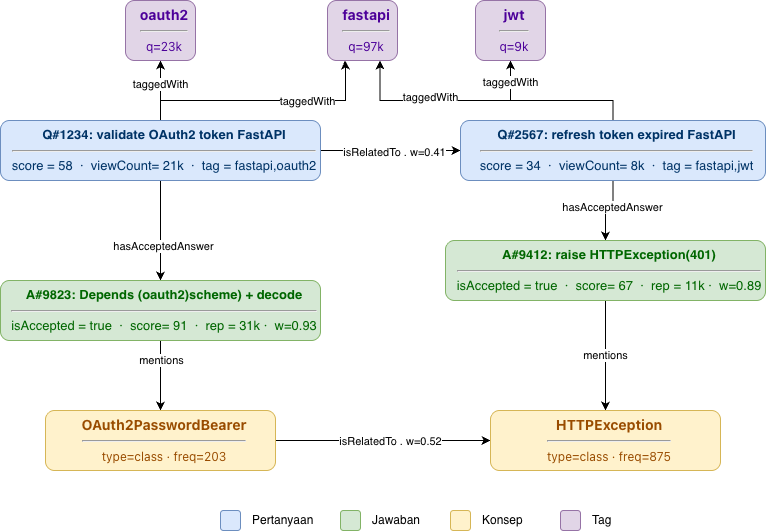
Before: images/bab3_contoh_subgraf_kg.png, a diagram exported from draw.io (dartikaanie/Thesis_sord). Source tidied: cells renumbered, new cells last; positions are measured from the earlier drawing's top-left corner, leaving out a move shared by most shapes.
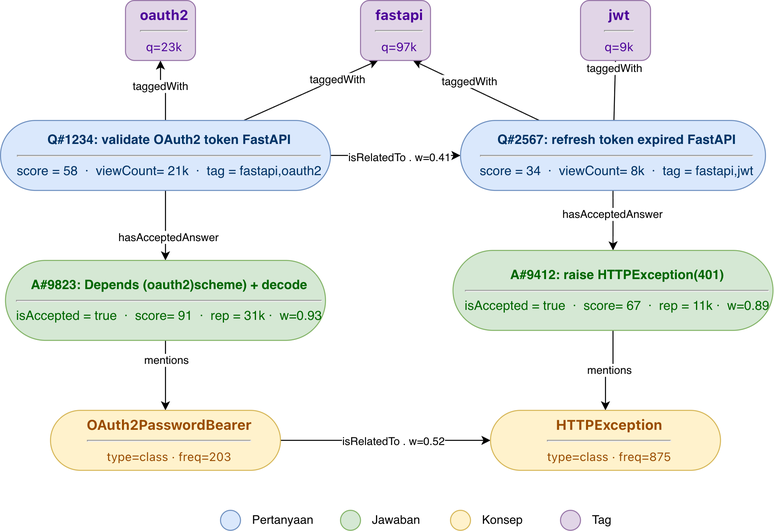
After the commit.

The edit, as a diff of the source:
```diff
@@ -20,22 +20,16 @@
     <mxCell id="7" value="taggedWith" style="edgeLabel;html=1;align=center;verticalAlign=middle;" parent="6" vertex="1">
       <mxGeometry x="0.23" y="1" relative="1" as="geometry" />
     </mxCell>
-    <mxCell id="8" style="edgeStyle=orthogonalEdgeStyle;rounded=0;jettySize=auto;html=1;entryX=0.25;entryY=1;entryDx=0;entryDy=0;" parent="1" edge="1" source="10" target="28">
-      <mxGeometry relative="1" as="geometry">
-        <Array as="points">
-          <mxPoint x="160" y="100" />
-          <mxPoint x="345" y="100" />
-          <mxPoint x="345" y="70" />
-        </Array>
-      </mxGeometry>
+    <mxCell id="8" style="rounded=0;jettySize=auto;html=1;entryX=0.25;entryY=1;entryDx=0;entryDy=0;" parent="1" edge="1" source="10" target="28">
+      <mxGeometry relative="1" as="geometry" />
     </mxCell>
     <mxCell id="9" value="taggedWith" style="edgeLabel;html=1;align=center;verticalAlign=middle;" parent="8" vertex="1">
       <mxGeometry x="0.35" y="-4" relative="1" as="geometry">
         <mxPoint y="-4" as="offset" />
       </mxGeometry>
     </mxCell>
-    <mxCell id="10" value="&lt;font&gt;&lt;b&gt;Q#1234:&amp;nbsp;&lt;span style=&quot;white-space: nowrap;&quot;&gt;validate OAuth2 token FastAPI&lt;/span&gt;&lt;/b&gt;&lt;/font&gt;&lt;hr&gt;&lt;font&gt;score = 58&amp;nbsp;&amp;nbsp;&lt;/font&gt;&lt;span style=&quot;white-space: nowrap;&quot;&gt;·&amp;nbsp;&amp;nbsp;&lt;/span&gt;&lt;span style=&quot;background-color: transparent;&quot;&gt;viewCount= 21k&amp;nbsp;&lt;/span&gt;&lt;span style=&quot;white-space: nowrap;&quot;&gt;&amp;nbsp;·&amp;nbsp; t&lt;/span&gt;&lt;span style=&quot;background-color: transparent;&quot;&gt;ag = fastapi,oauth2&lt;/span&gt;" style="rounded=1;whiteSpace=wrap;html=1;align=center;fillColor=#dae8fc;strokeColor=#6c8ebf;spacingLeft=8;fontSize=13;fontColor=#003366;fontFamily=Helvetica;" parent="1" vertex="1">
-      <mxGeometry y="120" width="320" height="60" as="geometry" />
+    <mxCell id="10" value="&lt;font&gt;&lt;b&gt;Q#1234:&amp;nbsp;&lt;span style=&quot;white-space: nowrap;&quot;&gt;validate OAuth2 token FastAPI&lt;/span&gt;&lt;/b&gt;&lt;/font&gt;&lt;hr&gt;&lt;font&gt;score = 58&amp;nbsp;&amp;nbsp;&lt;/font&gt;&lt;span style=&quot;white-space: nowrap;&quot;&gt;·&amp;nbsp;&amp;nbsp;&lt;/span&gt;&lt;span style=&quot;background-color: transparent;&quot;&gt;viewCount= 21k&amp;nbsp;&lt;/span&gt;&lt;span style=&quot;white-space: nowrap;&quot;&gt;&amp;nbsp;·&amp;nbsp; t&lt;/span&gt;&lt;span style=&quot;background-color: transparent;&quot;&gt;ag = fastapi,oauth2&lt;/span&gt;" style="rounded=1;whiteSpace=wrap;html=1;align=center;fillColor=#dae8fc;strokeColor=#6c8ebf;spacingLeft=8;fontSize=13;fontColor=#003366;fontFamily=Helvetica;arcSize=50;" parent="1" vertex="1">
+      <mxGeometry y="120" width="330" height="70" as="geometry" />
     </mxCell>
     <mxCell id="11" style="edgeStyle=orthogonalEdgeStyle;rounded=0;jettySize=auto;html=1;entryX=0.5;entryY=0;entryDx=0;entryDy=0;" parent="1" edge="1" source="17" target="22">
       <mxGeometry relative="1" as="geometry" />
@@ -43,32 +37,22 @@
     <mxCell id="12" value="hasAcceptedAnswer" style="edgeLabel;html=1;align=center;verticalAlign=middle;" parent="11" vertex="1">
       <mxGeometry x="-0.23" y="-1" relative="1" as="geometry" />
     </mxCell>
-    <mxCell id="13" style="edgeStyle=orthogonalEdgeStyle;rounded=0;jettySize=auto;html=1;entryX=0.5;entryY=1;entryDx=0;entryDy=0;fillColor=#f5f5f5;strokeColor=#000000;" parent="1" edge="1" source="17" target="29">
-      <mxGeometry relative="1" as="geometry">
-        <Array as="points">
-          <mxPoint x="613" y="100" />
-          <mxPoint x="510" y="100" />
-        </Array>
-      </mxGeometry>
+    <mxCell id="13" style="rounded=0;jettySize=auto;html=1;entryX=0.5;entryY=1;entryDx=0;entryDy=0;fillColor=#f5f5f5;strokeColor=#000000;" parent="1" edge="1" source="17" target="29">
+      <mxGeometry relative="1" as="geometry" />
     </mxCell>
     <mxCell id="14" value="taggedWith" style="edgeLabel;html=1;align=center;verticalAlign=middle;" parent="13" vertex="1">
       <mxGeometry x="0.74" y="1" relative="1" as="geometry" />
     </mxCell>
-    <mxCell id="15" style="edgeStyle=orthogonalEdgeStyle;rounded=0;jettySize=auto;html=1;entryX=0.75;entryY=1;entryDx=0;entryDy=0;" parent="1" edge="1" source="17" target="28">
-      <mxGeometry relative="1" as="geometry">
-        <Array as="points">
-          <mxPoint x="613" y="100" />
-          <mxPoint x="380" y="100" />
-        </Array>
-      </mxGeometry>
+    <mxCell id="15" style="rounded=0;jettySize=auto;html=1;entryX=0.75;entryY=1;entryDx=0;entryDy=0;" parent="1" edge="1" source="17" target="28">
+      <mxGeometry relative="1" as="geometry" />
     </mxCell>
     <mxCell id="16" value="taggedWith" style="edgeLabel;html=1;align=center;verticalAlign=middle;" parent="15" vertex="1">
       <mxGeometry x="0.88" y="-2" relative="1" as="geometry">
         <mxPoint x="48" y="19" as="offset" />
       </mxGeometry>
     </mxCell>
-    <mxCell id="17" value="&lt;font style=&quot;color: rgb(0, 51, 102);&quot;&gt;&lt;font&gt;&lt;b&gt;Q#2567:&amp;nbsp;&lt;/b&gt;&lt;/font&gt;&lt;span style=&quot;white-space: nowrap;&quot;&gt;&lt;b&gt;refresh token expired FastAPI&lt;/b&gt;&lt;/span&gt;&lt;/font&gt;&lt;hr&gt;&lt;font style=&quot;color: rgb(0, 51, 102);&quot;&gt;&lt;font&gt;score = 34&amp;nbsp;&amp;nbsp;&lt;/font&gt;&lt;span style=&quot;white-space: nowrap;&quot;&gt;·&amp;nbsp;&amp;nbsp;&lt;/span&gt;&lt;span style=&quot;background-color: transparent;&quot;&gt;viewCount= 8k&amp;nbsp;&lt;/span&gt;&lt;span style=&quot;white-space: nowrap;&quot;&gt;&amp;nbsp;·&amp;nbsp; t&lt;/span&gt;&lt;span style=&quot;background-color: transparent;&quot;&gt;ag = fastapi,jwt&lt;/span&gt;&lt;/font&gt;" style="rounded=1;whiteSpace=wrap;html=1;align=center;fillColor=#dae8fc;strokeColor=#6c8ebf;spacingLeft=8;fontSize=13;fontColor=#003366;fontFamily=Helvetica;" parent="1" vertex="1">
-      <mxGeometry x="460" y="120" width="305" height="60" as="geometry" />
+    <mxCell id="17" value="&lt;font style=&quot;color: rgb(0, 51, 102);&quot;&gt;&lt;font&gt;&lt;b&gt;Q#2567:&amp;nbsp;&lt;/b&gt;&lt;/font&gt;&lt;span style=&quot;white-space: nowrap;&quot;&gt;&lt;b&gt;refresh token expired FastAPI&lt;/b&gt;&lt;/span&gt;&lt;/font&gt;&lt;hr&gt;&lt;font style=&quot;color: rgb(0, 51, 102);&quot;&gt;&lt;font&gt;score = 34&amp;nbsp;&amp;nbsp;&lt;/font&gt;&lt;span style=&quot;white-space: nowrap;&quot;&gt;·&amp;nbsp;&amp;nbsp;&lt;/span&gt;&lt;span style=&quot;background-color: transparent;&quot;&gt;viewCount= 8k&amp;nbsp;&lt;/span&gt;&lt;span style=&quot;white-space: nowrap;&quot;&gt;&amp;nbsp;·&amp;nbsp; t&lt;/span&gt;&lt;span style=&quot;background-color: transparent;&quot;&gt;ag = fastapi,jwt&lt;/span&gt;&lt;/font&gt;" style="rounded=1;whiteSpace=wrap;html=1;align=center;fillColor=#dae8fc;strokeColor=#6c8ebf;spacingLeft=8;fontSize=13;fontColor=#003366;fontFamily=Helvetica;arcSize=50;" parent="1" vertex="1">
+      <mxGeometry x="460" y="120" width="305" height="70" as="geometry" />
     </mxCell>
     <mxCell id="18" style="edgeStyle=orthogonalEdgeStyle;rounded=0;jettySize=auto;html=1;" parent="1" edge="1" source="20" target="25">
       <mxGeometry relative="1" as="geometry" />
@@ -76,14 +60,14 @@
     <mxCell id="19" value="mentions" style="edgeLabel;html=1;align=center;verticalAlign=middle;" parent="18" vertex="1">
       <mxGeometry x="-0.46" relative="1" as="geometry" />
     </mxCell>
-    <mxCell id="20" value="&lt;font&gt;&lt;b&gt;A#9823:&amp;nbsp;&lt;span style=&quot;white-space: nowrap;&quot;&gt;Depends (oauth2)scheme) + decode&lt;/span&gt;&lt;/b&gt;&lt;/font&gt;&lt;hr&gt;&lt;font&gt;&lt;font&gt;isAccepted = true&amp;nbsp;&amp;nbsp;&lt;/font&gt;&lt;span style=&quot;white-space: nowrap;&quot;&gt;·&amp;nbsp; score&lt;/span&gt;&lt;span style=&quot;background-color: transparent;&quot;&gt;= 91&amp;nbsp;&lt;/span&gt;&lt;span style=&quot;white-space: nowrap;&quot;&gt;&amp;nbsp;·&amp;nbsp; rep&lt;/span&gt;&lt;span style=&quot;background-color: transparent;&quot;&gt;&amp;nbsp;= 31k&amp;nbsp;&lt;/span&gt;&lt;span style=&quot;white-space: nowrap;&quot;&gt;·&amp;nbsp; w=0.93&lt;/span&gt;&lt;/font&gt;" style="rounded=1;whiteSpace=wrap;html=1;align=center;fillColor=#d5e8d4;strokeColor=#82b366;spacingLeft=8;fontSize=13;fontFamily=Helvetica;fontColor=#006600;" parent="1" vertex="1">
-      <mxGeometry y="280" width="320" height="60" as="geometry" />
+    <mxCell id="20" value="&lt;font&gt;&lt;b&gt;A#9823:&amp;nbsp;&lt;span style=&quot;white-space: nowrap;&quot;&gt;Depends (oauth2)scheme) + decode&lt;/span&gt;&lt;/b&gt;&lt;/font&gt;&lt;hr&gt;&lt;font&gt;&lt;font&gt;isAccepted = true&amp;nbsp;&amp;nbsp;&lt;/font&gt;&lt;span style=&quot;white-space: nowrap;&quot;&gt;·&amp;nbsp; score&lt;/span&gt;&lt;span style=&quot;background-color: transparent;&quot;&gt;= 91&amp;nbsp;&lt;/span&gt;&lt;span style=&quot;white-space: nowrap;&quot;&gt;&amp;nbsp;·&amp;nbsp; rep&lt;/span&gt;&lt;span style=&quot;background-color: transparent;&quot;&gt;&amp;nbsp;= 31k&amp;nbsp;&lt;/span&gt;&lt;span style=&quot;white-space: nowrap;&quot;&gt;·&amp;nbsp; w=0.93&lt;/span&gt;&lt;/font&gt;" style="rounded=1;whiteSpace=wrap;html=1;align=center;fillColor=#d5e8d4;strokeColor=#82b366;spacingLeft=8;fontSize=13;fontFamily=Helvetica;fontColor=#006600;arcSize=50;" parent="1" vertex="1">
+      <mxGeometry x="5" y="260" width="320" height="80" as="geometry" />
     </mxCell>
     <mxCell id="21" value="mentions" style="edgeStyle=orthogonalEdgeStyle;rounded=0;jettySize=auto;html=1;" parent="1" edge="1" source="22" target="26">
       <mxGeometry relative="1" as="geometry" />
     </mxCell>
-    <mxCell id="22" value="&lt;font&gt;&lt;b&gt;A#9412:&amp;nbsp;&lt;span style=&quot;white-space: nowrap;&quot;&gt;raise HTTPException(401)&lt;/span&gt;&lt;/b&gt;&lt;/font&gt;&lt;hr&gt;&lt;font&gt;&lt;font&gt;isAccepted = true&amp;nbsp;&amp;nbsp;&lt;/font&gt;&lt;span style=&quot;white-space: nowrap;&quot;&gt;·&amp;nbsp; score&lt;/span&gt;&lt;span style=&quot;background-color: transparent;&quot;&gt;= 67&amp;nbsp;&lt;/span&gt;&lt;span style=&quot;white-space: nowrap;&quot;&gt;&amp;nbsp;·&amp;nbsp; rep&lt;/span&gt;&lt;span style=&quot;background-color: transparent;&quot;&gt;&amp;nbsp;= 11k&amp;nbsp;&lt;/span&gt;&lt;span style=&quot;white-space: nowrap;&quot;&gt;·&amp;nbsp; w=0.89&lt;/span&gt;&lt;/font&gt;" style="rounded=1;whiteSpace=wrap;html=1;align=center;fillColor=#d5e8d4;strokeColor=#82b366;spacingLeft=8;fontSize=13;fontFamily=Helvetica;fontColor=#006600;" parent="1" vertex="1">
-      <mxGeometry x="445" y="240" width="320" height="60" as="geometry" />
+    <mxCell id="22" value="&lt;font&gt;&lt;b&gt;A#9412:&amp;nbsp;&lt;span style=&quot;white-space: nowrap;&quot;&gt;raise HTTPException(401)&lt;/span&gt;&lt;/b&gt;&lt;/font&gt;&lt;hr&gt;&lt;font&gt;&lt;font&gt;isAccepted = true&amp;nbsp;&amp;nbsp;&lt;/font&gt;&lt;span style=&quot;white-space: nowrap;&quot;&gt;·&amp;nbsp; score&lt;/span&gt;&lt;span style=&quot;background-color: transparent;&quot;&gt;= 67&amp;nbsp;&lt;/span&gt;&lt;span style=&quot;white-space: nowrap;&quot;&gt;&amp;nbsp;·&amp;nbsp; rep&lt;/span&gt;&lt;span style=&quot;background-color: transparent;&quot;&gt;&amp;nbsp;= 11k&amp;nbsp;&lt;/span&gt;&lt;span style=&quot;white-space: nowrap;&quot;&gt;·&amp;nbsp; w=0.89&lt;/span&gt;&lt;/font&gt;" style="rounded=1;whiteSpace=wrap;html=1;align=center;fillColor=#d5e8d4;strokeColor=#82b366;spacingLeft=8;fontSize=13;fontFamily=Helvetica;fontColor=#006600;arcSize=50;" parent="1" vertex="1">
+      <mxGeometry x="452.5" y="250" width="320" height="80" as="geometry" />
     </mxCell>
     <mxCell id="23" style="edgeStyle=orthogonalEdgeStyle;rounded=0;jettySize=auto;html=1;entryX=0;entryY=0.5;entryDx=0;entryDy=0;fillColor=#f5f5f5;strokeColor=#000000;" parent="1" edge="1" source="25" target="26">
       <mxGeometry relative="1" as="geometry" />
@@ -93,43 +77,43 @@
         <mxPoint x="-2" y="-3" as="offset" />
       </mxGeometry>
     </mxCell>
-    <mxCell id="25" value="&lt;span style=&quot;font-family: &amp;quot;Anthropic Sans&amp;quot;, -apple-system, &amp;quot;system-ui&amp;quot;, &amp;quot;Segoe UI&amp;quot;, sans-serif; font-size: 14px; text-align: start; white-space: nowrap;&quot;&gt;&lt;b&gt;OAuth2PasswordBearer&lt;/b&gt;&lt;/span&gt;&lt;hr&gt;&lt;span style=&quot;font-family: &amp;quot;Anthropic Sans&amp;quot;, -apple-system, &amp;quot;system-ui&amp;quot;, &amp;quot;Segoe UI&amp;quot;, sans-serif; font-size: 12px; text-align: start; white-space: nowrap;&quot;&gt;type=class · freq=203&lt;/span&gt;" style="rounded=1;whiteSpace=wrap;html=1;align=center;fillColor=#fff2cc;strokeColor=#d6b656;spacingLeft=8;fontSize=13;fontFamily=Helvetica;fontColor=#994C00;" parent="1" vertex="1">
-      <mxGeometry x="45" y="410" width="230" height="60" as="geometry" />
+    <mxCell id="25" value="&lt;span style=&quot;font-family: &amp;quot;Anthropic Sans&amp;quot;, -apple-system, &amp;quot;system-ui&amp;quot;, &amp;quot;Segoe UI&amp;quot;, sans-serif; font-size: 14px; text-align: start; white-space: nowrap;&quot;&gt;&lt;b&gt;OAuth2PasswordBearer&lt;/b&gt;&lt;/span&gt;&lt;hr&gt;&lt;span style=&quot;font-family: &amp;quot;Anthropic Sans&amp;quot;, -apple-system, &amp;quot;system-ui&amp;quot;, &amp;quot;Segoe UI&amp;quot;, sans-serif; font-size: 12px; text-align: start; white-space: nowrap;&quot;&gt;type=class · freq=203&lt;/span&gt;" style="rounded=1;whiteSpace=wrap;html=1;align=center;fillColor=#fff2cc;strokeColor=#d6b656;spacingLeft=8;fontSize=13;fontFamily=Helvetica;fontColor=#994C00;arcSize=50;" parent="1" vertex="1">
+      <mxGeometry x="50" y="410" width="230" height="60" as="geometry" />
     </mxCell>
-    <mxCell id="26" value="&lt;span style=&quot;font-family: &amp;quot;Anthropic Sans&amp;quot;, -apple-system, &amp;quot;system-ui&amp;quot;, &amp;quot;Segoe UI&amp;quot;, sans-serif; font-size: 14px; text-align: start; white-space: nowrap;&quot;&gt;&lt;b&gt;HTTPException&lt;/b&gt;&lt;/span&gt;&lt;br&gt;&lt;hr&gt;&lt;span style=&quot;font-family: &amp;quot;Anthropic Sans&amp;quot;, -apple-system, &amp;quot;system-ui&amp;quot;, &amp;quot;Segoe UI&amp;quot;, sans-serif; font-size: 12px; text-align: start; white-space: nowrap;&quot;&gt;type=class · freq=875&lt;/span&gt;" style="rounded=1;whiteSpace=wrap;html=1;align=center;fillColor=#fff2cc;strokeColor=#d6b656;spacingLeft=8;fontSize=13;fontFamily=Helvetica;fontColor=#994C00;" parent="1" vertex="1">
+    <mxCell id="26" value="&lt;span style=&quot;font-family: &amp;quot;Anthropic Sans&amp;quot;, -apple-system, &amp;quot;system-ui&amp;quot;, &amp;quot;Segoe UI&amp;quot;, sans-serif; font-size: 14px; text-align: start; white-space: nowrap;&quot;&gt;&lt;b&gt;HTTPException&lt;/b&gt;&lt;/span&gt;&lt;br&gt;&lt;hr&gt;&lt;span style=&quot;font-family: &amp;quot;Anthropic Sans&amp;quot;, -apple-system, &amp;quot;system-ui&amp;quot;, &amp;quot;Segoe UI&amp;quot;, sans-serif; font-size: 12px; text-align: start; white-space: nowrap;&quot;&gt;type=class · freq=875&lt;/span&gt;" style="rounded=1;whiteSpace=wrap;html=1;align=center;fillColor=#fff2cc;strokeColor=#d6b656;spacingLeft=8;fontSize=13;fontFamily=Helvetica;fontColor=#994C00;arcSize=50;" parent="1" vertex="1">
       <mxGeometry x="490" y="410" width="230" height="60" as="geometry" />
     </mxCell>
     <mxCell id="27" value="&lt;span style=&quot;font-family: &amp;quot;Anthropic Sans&amp;quot;, -apple-system, &amp;quot;system-ui&amp;quot;, &amp;quot;Segoe UI&amp;quot;, sans-serif; font-size: 14px; text-align: start; white-space: nowrap;&quot;&gt;&lt;b&gt;oauth2&lt;/b&gt;&lt;/span&gt;&lt;hr&gt;&lt;span style=&quot;font-family: &amp;quot;Anthropic Sans&amp;quot;, -apple-system, &amp;quot;system-ui&amp;quot;, &amp;quot;Segoe UI&amp;quot;, sans-serif; font-size: 12px; text-align: start; white-space: nowrap;&quot;&gt;q=23k&lt;/span&gt;" style="rounded=1;whiteSpace=wrap;html=1;align=center;fillColor=#e1d5e7;strokeColor=#9673a6;spacingLeft=8;fontSize=13;fontFamily=Helvetica;fontColor=#4C0099;" parent="1" vertex="1">
       <mxGeometry x="125" width="70" height="60" as="geometry" />
     </mxCell>
     <mxCell id="28" value="&lt;span style=&quot;font-family: &amp;quot;Anthropic Sans&amp;quot;, -apple-system, &amp;quot;system-ui&amp;quot;, &amp;quot;Segoe UI&amp;quot;, sans-serif; font-size: 14px; text-align: start; white-space: nowrap;&quot;&gt;&lt;b&gt;fastapi&lt;/b&gt;&lt;/span&gt;&lt;hr&gt;&lt;span style=&quot;font-family: &amp;quot;Anthropic Sans&amp;quot;, -apple-system, &amp;quot;system-ui&amp;quot;, &amp;quot;Segoe UI&amp;quot;, sans-serif; font-size: 12px; text-align: start; white-space: nowrap;&quot;&gt;q=97k&lt;/span&gt;" style="rounded=1;whiteSpace=wrap;html=1;align=center;fillColor=#e1d5e7;strokeColor=#9673a6;spacingLeft=8;fontSize=13;fontFamily=Helvetica;fontColor=#4C0099;" parent="1" vertex="1">
-      <mxGeometry x="327" width="70" height="60" as="geometry" />
+      <mxGeometry x="360" width="70" height="60" as="geometry" />
     </mxCell>
     <mxCell id="29" value="&lt;span style=&quot;font-family: &amp;quot;Anthropic Sans&amp;quot;, -apple-system, &amp;quot;system-ui&amp;quot;, &amp;quot;Segoe UI&amp;quot;, sans-serif; font-size: 14px; text-align: start; white-space: nowrap;&quot;&gt;&lt;b&gt;jwt&lt;/b&gt;&lt;/span&gt;&lt;hr&gt;&lt;span style=&quot;font-family: &amp;quot;Anthropic Sans&amp;quot;, -apple-system, &amp;quot;system-ui&amp;quot;, &amp;quot;Segoe UI&amp;quot;, sans-serif; font-size: 12px; text-align: start; white-space: nowrap;&quot;&gt;q=9k&lt;/span&gt;" style="rounded=1;whiteSpace=wrap;html=1;align=center;fillColor=#e1d5e7;strokeColor=#9673a6;spacingLeft=8;fontSize=13;fontFamily=Helvetica;fontColor=#4C0099;" parent="1" vertex="1">
-      <mxGeometry x="475" width="70" height="60" as="geometry" />
+      <mxGeometry x="580" width="70" height="60" as="geometry" />
     </mxCell>
     <mxCell id="30" style="group;" parent="1" vertex="1">
       <mxGeometry x="220" y="510" width="430" height="20" as="geometry" />
     </mxCell>
-    <mxCell id="31" style="rounded=1;whiteSpace=wrap;html=1;fillColor=#dae8fc;strokeColor=#6c8ebf;align=left;" parent="30" vertex="1">
+    <mxCell id="31" style="rounded=1;whiteSpace=wrap;html=1;fillColor=#dae8fc;strokeColor=#6c8ebf;align=left;arcSize=50;" parent="30" vertex="1">
       <mxGeometry width="20" height="20" as="geometry" />
     </mxCell>
     <mxCell id="32" value="Pertanyaan" style="text;html=1;whiteSpace=wrap;strokeColor=none;fillColor=none;align=left;verticalAlign=middle;rounded=0;" parent="30" vertex="1">
       <mxGeometry x="30" y="2.5" width="60" height="15" as="geometry" />
     </mxCell>
-    <mxCell id="33" style="rounded=1;whiteSpace=wrap;html=1;fillColor=#d5e8d4;strokeColor=#82b366;align=left;" parent="30" vertex="1">
+    <mxCell id="33" style="rounded=1;whiteSpace=wrap;html=1;fillColor=#d5e8d4;strokeColor=#82b366;align=left;arcSize=50;" parent="30" vertex="1">
       <mxGeometry x="120" width="20" height="20" as="geometry" />
     </mxCell>
     <mxCell id="34" value="Jawaban" style="text;html=1;whiteSpace=wrap;strokeColor=none;fillColor=none;align=left;verticalAlign=middle;rounded=0;" parent="30" vertex="1">
       <mxGeometry x="150" y="2.5" width="60" height="15" as="geometry" />
     </mxCell>
-    <mxCell id="35" style="rounded=1;whiteSpace=wrap;html=1;fillColor=#fff2cc;strokeColor=#d6b656;align=left;" parent="30" vertex="1">
+    <mxCell id="35" style="rounded=1;whiteSpace=wrap;html=1;fillColor=#fff2cc;strokeColor=#d6b656;align=left;arcSize=50;" parent="30" vertex="1">
       <mxGeometry x="230" width="20" height="20" as="geometry" />
     </mxCell>
     <mxCell id="36" value="Konsep" style="text;html=1;whiteSpace=wrap;strokeColor=none;fillColor=none;align=left;verticalAlign=middle;rounded=0;" parent="30" vertex="1">
       <mxGeometry x="260" y="2.5" width="60" height="15" as="geometry" />
     </mxCell>
-    <mxCell id="37" style="rounded=1;whiteSpace=wrap;html=1;fillColor=#e1d5e7;strokeColor=#9673a6;align=left;" parent="30" vertex="1">
+    <mxCell id="37" style="rounded=1;whiteSpace=wrap;html=1;fillColor=#e1d5e7;strokeColor=#9673a6;align=left;arcSize=50;" parent="30" vertex="1">
       <mxGeometry x="340" width="20" height="20" as="geometry" />
     </mxCell>
     <mxCell id="38" value="Tag" style="text;html=1;whiteSpace=wrap;strokeColor=none;fillColor=none;align=left;verticalAlign=middle;rounded=0;" parent="30" vertex="1">
```
